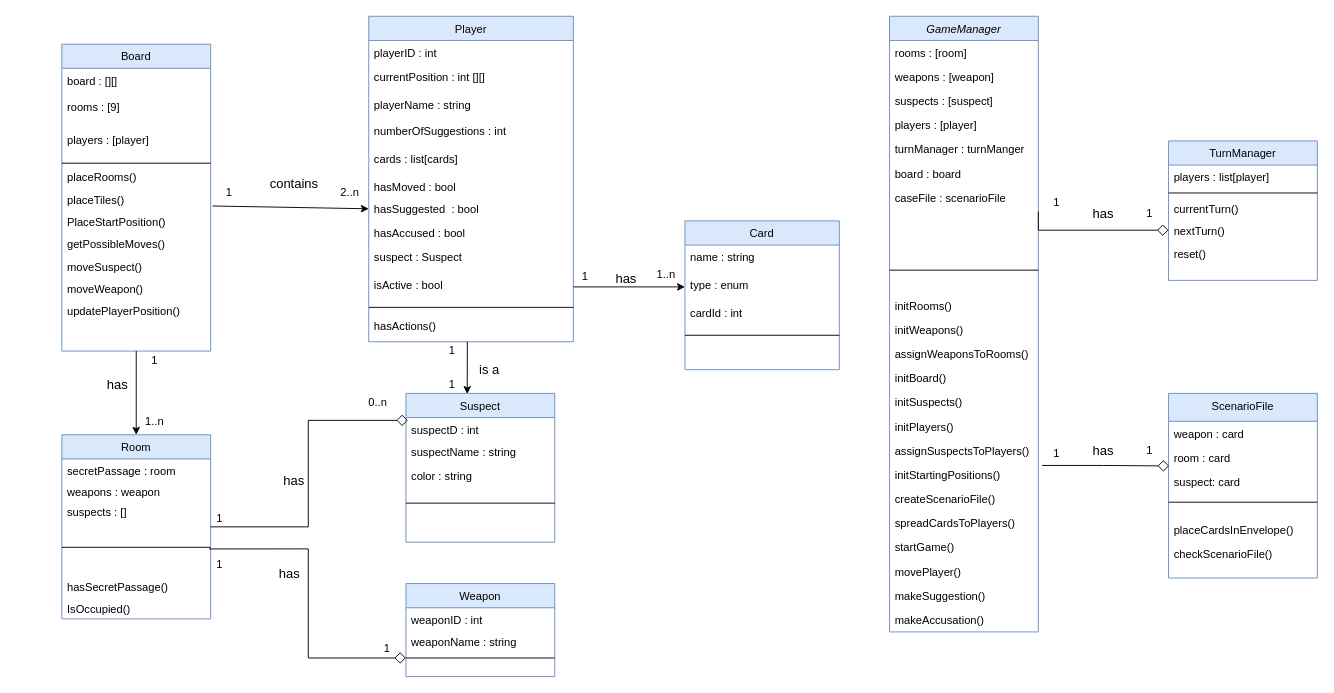
This is uml-diagram.drawio from Acelhaka/Clueless-game, a draw.io file, before an edit. Source tidied: cells renumbered, new cells numbered last; positions are measured from the earlier drawing's top-left corner, leaving out a move shared by most shapes. Both pictures are drawn from the tidied source at 93%, with x=0, y=0 at pixel (61, 16).
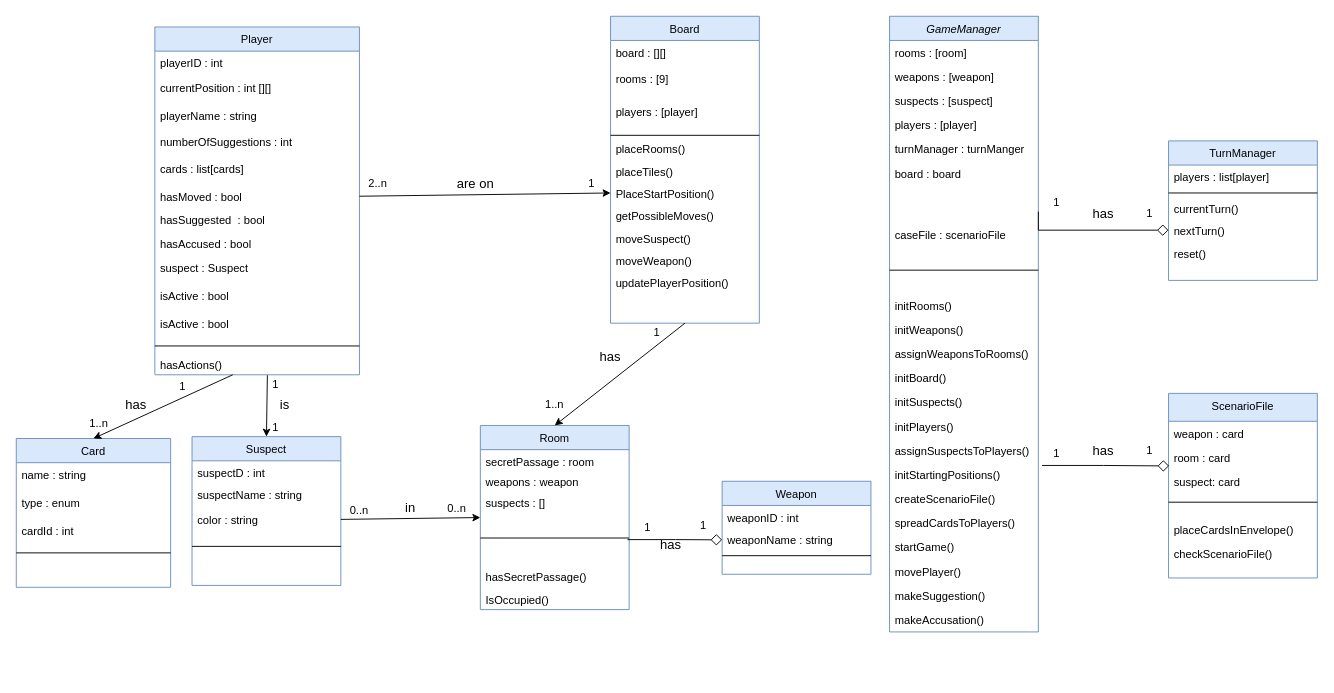
After the change.

Unchanged cells that the change refers to:
```xml
<mxCell id="2" value="GameManager" style="swimlane;fontStyle=2;align=center;verticalAlign=top;horizontal=1;startSize=26;rounded=0;shadow=0;strokeWidth=1;fillColor=#dae8fc;strokeColor=#6c8ebf;" parent="1" vertex="1">
  <mxGeometry x="890" width="160" height="662" as="geometry" />
</mxCell>
<mxCell id="16" value="placeTiles()" style="text;align=left;verticalAlign=top;spacingLeft=4;spacingRight=4;overflow=hidden;points=[[0,0.5],[1,0.5]];portConstraint=eastwest;" parent="10" vertex="1">
  <mxGeometry y="154" width="160" height="24" as="geometry" />
</mxCell>
<mxCell id="17" value="PlaceStartPosition()" style="text;align=left;verticalAlign=top;spacingLeft=4;spacingRight=4;overflow=hidden;points=[[0,0.5],[1,0.5]];portConstraint=eastwest;" parent="10" vertex="1">
  <mxGeometry y="178" width="160" height="24" as="geometry" />
</mxCell>
<mxCell id="28" value="hasMoved : bool" style="text;align=left;verticalAlign=top;spacingLeft=4;spacingRight=4;overflow=hidden;points=[[0,0.5],[1,0.5]];portConstraint=eastwest;" parent="22" vertex="1">
  <mxGeometry y="170" width="220" height="24" as="geometry" />
</mxCell>
<mxCell id="29" value="hasSuggested  : bool" style="text;align=left;verticalAlign=top;spacingLeft=4;spacingRight=4;overflow=hidden;points=[[0,0.5],[1,0.5]];portConstraint=eastwest;" parent="22" vertex="1">
  <mxGeometry y="194" width="220" height="26" as="geometry" />
</mxCell>
<mxCell id="37" value="type : enum" style="text;align=left;verticalAlign=top;spacingLeft=4;spacingRight=4;overflow=hidden;points=[[0,0.5],[1,0.5]];portConstraint=eastwest;rounded=0;shadow=0;html=0;" parent="35" vertex="1">
  <mxGeometry y="56" width="166" height="30" as="geometry" />
</mxCell>
<mxCell id="42" value="weaponName : string" style="text;align=left;verticalAlign=top;spacingLeft=4;spacingRight=4;overflow=hidden;points=[[0,0.5],[1,0.5]];portConstraint=eastwest;" parent="40" vertex="1">
  <mxGeometry y="50" width="160" height="26" as="geometry" />
</mxCell>
<mxCell id="43" style="line;html=1;strokeWidth=1;align=left;verticalAlign=middle;spacingTop=-1;spacingLeft=3;spacingRight=3;labelPosition=right;points=[];portConstraint=eastwest;" parent="40" vertex="1">
  <mxGeometry y="76" width="160" height="8" as="geometry" />
</mxCell>
<mxCell id="48" style="line;html=1;strokeWidth=1;align=left;verticalAlign=middle;spacingTop=-1;spacingLeft=3;spacingRight=3;labelPosition=right;points=[];portConstraint=eastwest;" parent="44" vertex="1">
  <mxGeometry y="92" width="160" height="58" as="geometry" />
</mxCell>
<mxCell id="52" value="suspectD : int" style="text;align=left;verticalAlign=top;spacingLeft=4;spacingRight=4;overflow=hidden;points=[[0,0.5],[1,0.5]];portConstraint=eastwest;" parent="51" vertex="1">
  <mxGeometry y="26" width="160" height="24" as="geometry" />
</mxCell>
<mxCell id="54" value="color : string" style="text;align=left;verticalAlign=top;spacingLeft=4;spacingRight=4;overflow=hidden;points=[[0,0.5],[1,0.5]];portConstraint=eastwest;" parent="51" vertex="1">
  <mxGeometry y="76" width="160" height="26" as="geometry" />
</mxCell>
```

Diff of the diagram source:
```diff
@@
-    <mxCell id="9" value="caseFile : scenarioFile" style="text;align=left;verticalAlign=top;spacingLeft=4;spacingRight=4;overflow=hidden;rounded=0;shadow=0;html=0;fontStyle=0;" parent="2" vertex="1">
-      <mxGeometry y="182" width="160" height="26" as="geometry" />
-    </mxCell>
     <mxCell id="10" value="Board" style="swimlane;fontStyle=0;align=center;verticalAlign=top;horizontal=1;startSize=26;rounded=0;shadow=0;strokeWidth=1;swimlaneFillColor=none;fillColor=#dae8fc;strokeColor=#6c8ebf;" parent="1" vertex="1">
-      <mxGeometry y="30" width="160" height="330" as="geometry" />
+      <mxGeometry x="590" width="160" height="330" as="geometry" />
     </mxCell>
@@
     <mxCell id="22" value="Player" style="swimlane;fontStyle=0;align=center;verticalAlign=top;horizontal=1;startSize=26;rounded=0;shadow=0;strokeWidth=1;swimlaneFillColor=none;fillColor=#dae8fc;strokeColor=#6c8ebf;" parent="1" vertex="1">
-      <mxGeometry x="330" width="220" height="350" as="geometry" />
+      <mxGeometry x="100" y="11.5" width="220" height="374" as="geometry" />
     </mxCell>
@@
+    <mxCell id="116" value="isActive : bool" style="text;align=left;verticalAlign=top;spacingLeft=4;spacingRight=4;overflow=hidden;rounded=0;shadow=0;html=0;" parent="22" vertex="1">
+      <mxGeometry y="276" width="220" height="30" as="geometry" />
+    </mxCell>
     <mxCell id="32" value="isActive : bool" style="text;align=left;verticalAlign=top;spacingLeft=4;spacingRight=4;overflow=hidden;points=[[0,0.5],[1,0.5]];portConstraint=eastwest;rounded=0;shadow=0;html=0;" parent="22" vertex="1">
-      <mxGeometry y="276" width="220" height="30" as="geometry" />
+      <mxGeometry y="306" width="220" height="30" as="geometry" />
     </mxCell>
     <mxCell id="33" style="line;html=1;strokeWidth=1;align=left;verticalAlign=middle;spacingTop=-1;spacingLeft=3;spacingRight=3;labelPosition=right;" parent="22" vertex="1">
-      <mxGeometry y="306" width="220" height="14" as="geometry" />
+      <mxGeometry y="336" width="220" height="14" as="geometry" />
     </mxCell>
     <mxCell id="34" value="hasActions()" style="text;align=left;verticalAlign=top;spacingLeft=4;spacingRight=4;overflow=hidden;points=[[0,0.5],[1,0.5]];portConstraint=eastwest;" parent="22" vertex="1">
-      <mxGeometry y="320" width="220" height="24" as="geometry" />
+      <mxGeometry y="350" width="220" height="24" as="geometry" />
     </mxCell>
     <mxCell id="35" value="Card" style="swimlane;fontStyle=0;align=center;verticalAlign=top;horizontal=1;startSize=26;rounded=0;shadow=0;strokeWidth=1;swimlaneFillColor=none;fillColor=#dae8fc;strokeColor=#6c8ebf;" parent="1" vertex="1">
-      <mxGeometry x="670" y="220" width="166" height="160" as="geometry" />
+      <mxGeometry x="-49" y="454" width="166" height="160" as="geometry" />
     </mxCell>
@@
     <mxCell id="40" value="Weapon" style="swimlane;fontStyle=0;align=center;verticalAlign=top;horizontal=1;startSize=26;rounded=0;shadow=0;strokeWidth=1;swimlaneFillColor=none;fillColor=#dae8fc;strokeColor=#6c8ebf;" parent="1" vertex="1">
-      <mxGeometry x="370" y="610" width="160" height="100" as="geometry" />
+      <mxGeometry x="710" y="500" width="160" height="100" as="geometry" />
     </mxCell>
@@
     <mxCell id="44" value="Room" style="swimlane;fontStyle=0;align=center;verticalAlign=top;horizontal=1;startSize=26;rounded=0;shadow=0;strokeWidth=1;swimlaneFillColor=none;fillColor=#dae8fc;strokeColor=#6c8ebf;" parent="1" vertex="1">
-      <mxGeometry y="450" width="160" height="198" as="geometry" />
+      <mxGeometry x="450" y="440" width="160" height="198" as="geometry" />
     </mxCell>
@@
     <mxCell id="51" value="Suspect" style="swimlane;fontStyle=0;align=center;verticalAlign=top;horizontal=1;startSize=26;rounded=0;shadow=0;strokeWidth=1;swimlaneFillColor=none;fillColor=#dae8fc;strokeColor=#6c8ebf;" parent="1" vertex="1">
-      <mxGeometry x="370" y="405.5" width="160" height="160" as="geometry" />
+      <mxGeometry x="140" y="452" width="160" height="160" as="geometry" />
     </mxCell>
@@
-    <mxCell id="56" style="endArrow=classic;html=1;exitX=0.5;exitY=1;exitDx=0;exitDy=0;" parent="1" edge="1" source="10" target="44">
+    <mxCell id="56" style="endArrow=classic;html=1;exitX=0.5;exitY=1;exitDx=0;exitDy=0;entryX=0.5;entryY=0;entryDx=0;entryDy=0;" parent="1" edge="1" source="10" target="44">
       <mxGeometry relative="1" as="geometry" />
     </mxCell>
-    <mxCell id="57" style="edgeStyle=orthogonalEdgeStyle;rounded=0;jettySize=auto;html=1;startArrow=none;startFill=0;endArrow=diamond;endFill=0;endSize=10;entryX=0.013;entryY=0.125;entryDx=0;entryDy=0;entryPerimeter=0;" parent="1" edge="1" source="44" target="52">
-      <mxGeometry relative="1" as="geometry" />
-    </mxCell>
     <mxCell id="58" value="&lt;font style=&quot;font-size: 14px&quot;&gt;has&lt;/font&gt;" style="text;html=1;strokeColor=none;fillColor=none;align=center;verticalAlign=middle;whiteSpace=wrap;rounded=0;" parent="1" vertex="1">
-      <mxGeometry x="40" y="385.5" width="40" height="20" as="geometry" />
+      <mxGeometry x="570" y="356" width="40" height="20" as="geometry" />
     </mxCell>
     <mxCell id="59" value="1" style="text;html=1;strokeColor=none;fillColor=none;align=center;verticalAlign=middle;whiteSpace=wrap;rounded=0;" parent="1" vertex="1">
-      <mxGeometry x="80" y="360" width="40" height="20" as="geometry" />
+      <mxGeometry x="620" y="330" width="40" height="20" as="geometry" />
     </mxCell>
     <mxCell id="60" value="1..n" style="text;html=1;strokeColor=none;fillColor=none;align=center;verticalAlign=middle;whiteSpace=wrap;rounded=0;" parent="1" vertex="1">
-      <mxGeometry x="80" y="425.5" width="40" height="20" as="geometry" />
+      <mxGeometry x="510" y="408" width="40" height="20" as="geometry" />
     </mxCell>
     <mxCell id="61" value="&lt;font style=&quot;font-size: 14px&quot;&gt;has&lt;/font&gt;" style="text;html=1;strokeColor=none;fillColor=none;align=center;verticalAlign=middle;whiteSpace=wrap;rounded=0;" parent="1" vertex="1">
-      <mxGeometry x="210" y="590" width="70" height="20" as="geometry" />
+      <mxGeometry x="620" y="558" width="70" height="20" as="geometry" />
     </mxCell>
-    <mxCell id="62" value="1" style="text;html=1;strokeColor=none;fillColor=none;align=center;verticalAlign=middle;whiteSpace=wrap;rounded=0;" parent="1" vertex="1">
-      <mxGeometry x="150" y="580" width="40" height="20" as="geometry" />
+    <mxCell id="62" value="0..n" style="text;html=1;strokeColor=none;fillColor=none;align=center;verticalAlign=middle;whiteSpace=wrap;rounded=0;" parent="1" vertex="1">
+      <mxGeometry x="405" y="520" width="40" height="20" as="geometry" />
     </mxCell>
     <mxCell id="63" value="1" style="text;html=1;strokeColor=none;fillColor=none;align=center;verticalAlign=middle;whiteSpace=wrap;rounded=0;" parent="1" vertex="1">
-      <mxGeometry x="330" y="670" width="40" height="20" as="geometry" />
+      <mxGeometry x="670" y="538" width="40" height="20" as="geometry" />
     </mxCell>
-    <mxCell id="64" value="&lt;font style=&quot;font-size: 14px&quot;&gt;has&lt;/font&gt;" style="text;html=1;strokeColor=none;fillColor=none;align=center;verticalAlign=middle;whiteSpace=wrap;rounded=0;" parent="1" vertex="1">
-      <mxGeometry x="230" y="490" width="40" height="20" as="geometry" />
-    </mxCell>
     <mxCell id="65" value="1" style="text;html=1;strokeColor=none;fillColor=none;align=center;verticalAlign=middle;whiteSpace=wrap;rounded=0;" parent="1" vertex="1">
-      <mxGeometry x="150" y="530" width="40" height="20" as="geometry" />
+      <mxGeometry x="610" y="540" width="40" height="20" as="geometry" />
     </mxCell>
     <mxCell id="66" value="0..n" style="text;html=1;strokeColor=none;fillColor=none;align=center;verticalAlign=middle;whiteSpace=wrap;rounded=0;" parent="1" vertex="1">
-      <mxGeometry x="320" y="405.5" width="40" height="20" as="geometry" />
+      <mxGeometry x="300" y="522" width="40" height="20" as="geometry" />
     </mxCell>
-    <mxCell id="67" style="edgeStyle=orthogonalEdgeStyle;rounded=0;jettySize=auto;html=1;startArrow=none;startFill=0;endArrow=diamond;endFill=0;endSize=10;exitX=0.989;exitY=0.53;exitDx=0;exitDy=0;exitPerimeter=0;" parent="1" edge="1" source="48" target="43">
+    <mxCell id="67" style="edgeStyle=orthogonalEdgeStyle;rounded=0;jettySize=auto;html=1;startArrow=none;startFill=0;endArrow=diamond;endFill=0;endSize=10;exitX=0.989;exitY=0.53;exitDx=0;exitDy=0;exitPerimeter=0;entryX=0;entryY=0.5;entryDx=0;entryDy=0;" parent="1" edge="1" source="48" target="42">
       <mxGeometry relative="1" as="geometry" />
     </mxCell>
-    <mxCell id="68" style="endArrow=classic;html=1;entryX=0.412;entryY=0.004;entryDx=0;entryDy=0;entryPerimeter=0;" parent="1" edge="1" target="51">
-      <mxGeometry relative="1" as="geometry">
-        <mxPoint x="436" y="350" as="sourcePoint" />
-      </mxGeometry>
+    <mxCell id="68" style="endArrow=classic;html=1;entryX=0.5;entryY=0;entryDx=0;entryDy=0;exitX=0.55;exitY=1.021;exitDx=0;exitDy=0;exitPerimeter=0;" parent="1" edge="1" source="34" target="51">
+      <mxGeometry relative="1" as="geometry" />
     </mxCell>
-    <mxCell id="69" value="&lt;font style=&quot;font-size: 14px&quot;&gt;is a&lt;/font&gt;" style="text;html=1;strokeColor=none;fillColor=none;align=center;verticalAlign=middle;whiteSpace=wrap;rounded=0;" parent="1" vertex="1">
-      <mxGeometry x="440" y="370" width="40" height="20" as="geometry" />
+    <mxCell id="69" value="&lt;font style=&quot;font-size: 14px&quot;&gt;is&lt;/font&gt;" style="text;html=1;strokeColor=none;fillColor=none;align=center;verticalAlign=middle;whiteSpace=wrap;rounded=0;" parent="1" vertex="1">
+      <mxGeometry x="220" y="408" width="40" height="20" as="geometry" />
     </mxCell>
     <mxCell id="70" value="1" style="text;html=1;strokeColor=none;fillColor=none;align=center;verticalAlign=middle;whiteSpace=wrap;rounded=0;" parent="1" vertex="1">
-      <mxGeometry x="400" y="350" width="40" height="20" as="geometry" />
+      <mxGeometry x="210" y="385.5" width="40" height="20" as="geometry" />
     </mxCell>
     <mxCell id="71" value="1" style="text;html=1;strokeColor=none;fillColor=none;align=center;verticalAlign=middle;whiteSpace=wrap;rounded=0;" parent="1" vertex="1">
-      <mxGeometry x="400" y="385.5" width="40" height="20" as="geometry" />
+      <mxGeometry x="210" y="432" width="40" height="20" as="geometry" />
     </mxCell>
-    <mxCell id="72" style="endArrow=classic;html=1;exitX=1.013;exitY=0.833;exitDx=0;exitDy=0;exitPerimeter=0;entryX=0;entryY=0.5;entryDx=0;entryDy=0;" parent="1" edge="1" source="16" target="29">
+    <mxCell id="72" style="endArrow=classic;html=1;entryX=0;entryY=0.5;entryDx=0;entryDy=0;exitX=1;exitY=0.5;exitDx=0;exitDy=0;" parent="1" edge="1" source="28" target="17">
       <mxGeometry relative="1" as="geometry" />
     </mxCell>
     <mxCell id="73" value="1" style="text;html=1;strokeColor=none;fillColor=none;align=center;verticalAlign=middle;whiteSpace=wrap;rounded=0;" parent="1" vertex="1">
-      <mxGeometry x="160" y="180" width="40" height="20" as="geometry" />
+      <mxGeometry x="550" y="170" width="40" height="20" as="geometry" />
     </mxCell>
     <mxCell id="74" value="2..n" style="text;html=1;strokeColor=none;fillColor=none;align=center;verticalAlign=middle;whiteSpace=wrap;rounded=0;" parent="1" vertex="1">
-      <mxGeometry x="290" y="180" width="40" height="20" as="geometry" />
+      <mxGeometry x="320" y="170" width="40" height="20" as="geometry" />
     </mxCell>
-    <mxCell id="75" value="&lt;font style=&quot;font-size: 14px&quot;&gt;contains&lt;/font&gt;" style="text;html=1;strokeColor=none;fillColor=none;align=center;verticalAlign=middle;whiteSpace=wrap;rounded=0;" parent="1" vertex="1">
-      <mxGeometry x="230" y="170" width="40" height="20" as="geometry" />
+    <mxCell id="75" value="&lt;font style=&quot;font-size: 14px&quot;&gt;are on&lt;/font&gt;" style="text;html=1;strokeColor=none;fillColor=none;align=center;verticalAlign=middle;whiteSpace=wrap;rounded=0;" parent="1" vertex="1">
+      <mxGeometry x="420" y="170" width="50" height="20" as="geometry" />
     </mxCell>
+    <mxCell id="9" value="caseFile : scenarioFile" style="text;align=left;verticalAlign=top;spacingLeft=4;spacingRight=4;overflow=hidden;rounded=0;shadow=0;html=0;fontStyle=0;" parent="1" vertex="1">
+      <mxGeometry x="890" y="222" width="160" height="26" as="geometry" />
+    </mxCell>
@@
-    <mxCell id="112" style="endArrow=classic;html=1;exitX=1;exitY=0.5;exitDx=0;exitDy=0;entryX=0;entryY=0.5;entryDx=0;entryDy=0;" parent="1" edge="1" source="32" target="37">
+    <mxCell id="112" style="endArrow=classic;html=1;entryX=0.5;entryY=0;entryDx=0;entryDy=0;" parent="1" edge="1" source="34" target="35">
       <mxGeometry relative="1" as="geometry" />
     </mxCell>
     <mxCell id="113" value="1" style="text;html=1;strokeColor=none;fillColor=none;align=center;verticalAlign=middle;whiteSpace=wrap;rounded=0;" parent="1" vertex="1">
-      <mxGeometry x="543" y="270" width="40" height="20" as="geometry" />
+      <mxGeometry x="110" y="388" width="40" height="20" as="geometry" />
     </mxCell>
     <mxCell id="114" value="1..n" style="text;html=1;strokeColor=none;fillColor=none;align=center;verticalAlign=middle;whiteSpace=wrap;rounded=0;" parent="1" vertex="1">
-      <mxGeometry x="630" y="268" width="40" height="20" as="geometry" />
+      <mxGeometry x="20" y="428" width="40" height="20" as="geometry" />
     </mxCell>
     <mxCell id="115" value="&lt;font style=&quot;font-size: 14px&quot;&gt;has&lt;/font&gt;" style="text;html=1;strokeColor=none;fillColor=none;align=center;verticalAlign=middle;whiteSpace=wrap;rounded=0;" parent="1" vertex="1">
-      <mxGeometry x="587" y="272" width="40" height="20" as="geometry" />
+      <mxGeometry x="60" y="408" width="40" height="20" as="geometry" />
     </mxCell>
+    <mxCell id="117" style="endArrow=classic;html=1;entryX=0;entryY=0.5;entryDx=0;entryDy=0;exitX=1;exitY=0.5;exitDx=0;exitDy=0;" parent="1" edge="1" source="54" target="44">
+      <mxGeometry relative="1" as="geometry" />
+    </mxCell>
+    <mxCell id="118" value="&lt;font style=&quot;font-size: 14px&quot;&gt;in&lt;/font&gt;" style="text;html=1;strokeColor=none;fillColor=none;align=center;verticalAlign=middle;whiteSpace=wrap;rounded=0;" parent="1" vertex="1">
+      <mxGeometry x="350" y="518" width="50" height="20" as="geometry" />
+    </mxCell>
```
